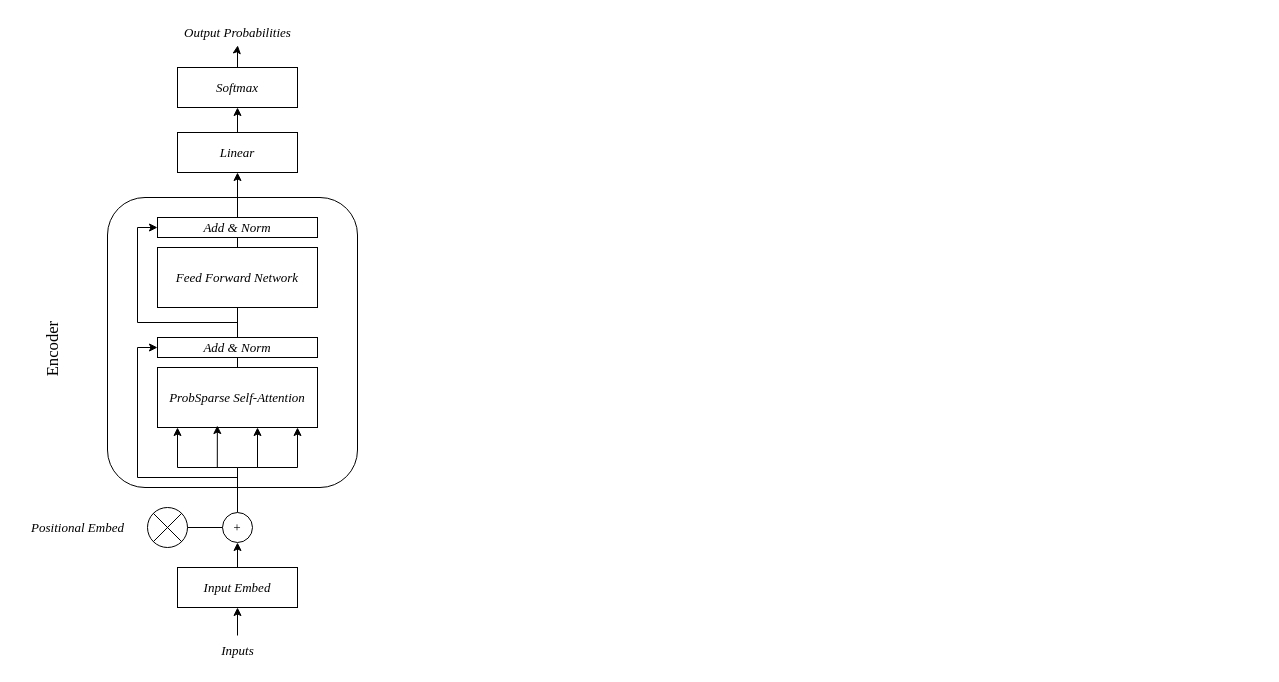
birrulwldain/skripsi-21 keeps this draw.io diagram as images/model.drawio. Above is the earlier version. Source tidied: cells renumbered, new cells numbered last; positions are measured from the earlier drawing's top-left corner, leaving out a move shared by most shapes. Both pictures are drawn from the tidied source at 100%, with x=0, y=0 at pixel (17, 17).
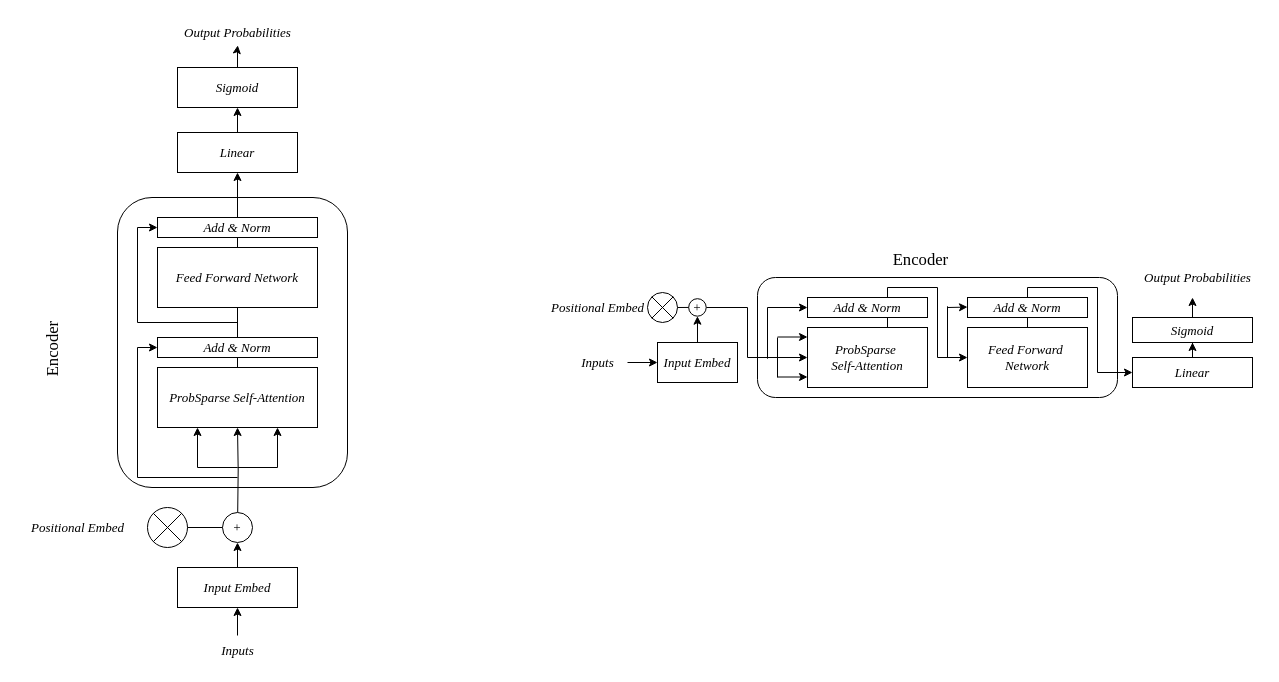
The same page after the edit.

Unchanged cells that the change refers to:
```xml
<mxCell id="7" value="ProbSparse Self-Attention" style="rounded=1;whiteSpace=wrap;html=1;arcSize=0;fontFamily=Times New Roman;fontSize=13;fontStyle=2;" parent="1" vertex="1">
  <mxGeometry x="140" y="350" width="160" height="60" as="geometry" />
</mxCell>
<mxCell id="9" value="&lt;font&gt;+&lt;/font&gt;" style="ellipse;whiteSpace=wrap;html=1;fontFamily=Times New Roman;fontSize=13;fontStyle=2;" parent="1" vertex="1">
  <mxGeometry x="205" y="495" width="30" height="30" as="geometry" />
</mxCell>
```

The edit, as a diff of the source:
```diff
@@
     <mxCell id="2" value="&lt;div&gt;&lt;br/&gt;&lt;/div&gt;" style="rounded=1;whiteSpace=wrap;html=1;fillColor=none;fontFamily=Times New Roman;fontSize=13;fontStyle=2;" parent="1" vertex="1">
-      <mxGeometry x="90" y="180" width="250" height="290" as="geometry" />
+      <mxGeometry x="100" y="180" width="230" height="290" as="geometry" />
     </mxCell>
@@
-    <mxCell id="8" style="edgeStyle=orthogonalEdgeStyle;rounded=0;jettySize=auto;html=1;entryX=0.374;entryY=0.967;entryDx=0;entryDy=0;entryPerimeter=0;fontStyle=2;" parent="1" edge="1" source="9" target="7">
+    <mxCell id="8" style="edgeStyle=orthogonalEdgeStyle;rounded=0;jettySize=auto;html=1;entryX=0.5;entryY=1;entryDx=0;entryDy=0;fontStyle=2;" parent="1" edge="1" target="7">
       <mxGeometry relative="1" as="geometry">
-        <Array as="points">
-          <mxPoint x="220" y="450" />
-          <mxPoint x="200" y="450" />
-        </Array>
+        <mxPoint x="220.2" y="495" as="sourcePoint" />
       </mxGeometry>
     </mxCell>
@@
     <mxCell id="18" style="edgeStyle=orthogonalEdgeStyle;rounded=0;orthogonalLoop=1;jettySize=auto;html=1;fontStyle=2;" parent="1" edge="1">
       <mxGeometry relative="1" as="geometry">
         <mxPoint x="220" y="450" as="sourcePoint" />
-        <mxPoint x="160" y="410" as="targetPoint" />
+        <mxPoint x="180" y="410" as="targetPoint" />
         <Array as="points">
-          <mxPoint x="220" y="450" />
-          <mxPoint x="160" y="450" />
+          <mxPoint x="180" y="450" />
+          <mxPoint x="180" y="410" />
         </Array>
       </mxGeometry>
     </mxCell>
     <mxCell id="19" style="edgeStyle=orthogonalEdgeStyle;rounded=0;orthogonalLoop=1;jettySize=auto;html=1;fontStyle=2;" parent="1" edge="1">
       <mxGeometry relative="1" as="geometry">
         <mxPoint x="220" y="450" as="sourcePoint" />
-        <mxPoint x="240" y="410" as="targetPoint" />
+        <mxPoint x="260" y="410" as="targetPoint" />
         <Array as="points">
-          <mxPoint x="220" y="450" />
-          <mxPoint x="240" y="450" />
+          <mxPoint x="260" y="450" />
+          <mxPoint x="260" y="410" />
         </Array>
       </mxGeometry>
     </mxCell>
@@
-    <mxCell id="24" value="&lt;span&gt;Softmax&lt;/span&gt;" style="rounded=0;whiteSpace=wrap;html=1;fontFamily=Times New Roman;fontSize=13;fontStyle=2;" parent="1" vertex="1">
+    <mxCell id="24" value="&lt;span&gt;Sigmoid&lt;/span&gt;" style="rounded=0;whiteSpace=wrap;html=1;fontFamily=Times New Roman;fontSize=13;fontStyle=2;" parent="1" vertex="1">
       <mxGeometry x="160" y="50" width="120" height="40" as="geometry" />
     </mxCell>
@@
-    <mxCell id="27" style="edgeStyle=orthogonalEdgeStyle;rounded=0;orthogonalLoop=1;jettySize=auto;html=1;entryX=0.643;entryY=0.793;entryDx=0;entryDy=0;entryPerimeter=0;fontStyle=2;" parent="1" edge="1">
-      <mxGeometry relative="1" as="geometry">
-        <mxPoint x="240" y="445" as="sourcePoint" />
-        <mxPoint x="280" y="410" as="targetPoint" />
-        <Array as="points">
-          <mxPoint x="240" y="450" />
-          <mxPoint x="280" y="450" />
-        </Array>
-      </mxGeometry>
-    </mxCell>
@@
+    <mxCell id="29" style="group;" parent="1" vertex="1">
+      <mxGeometry x="520" y="227" width="725" height="233" as="geometry" />
+    </mxCell>
+    <mxCell id="30" style="ellipse;whiteSpace=wrap;html=1;align=center;fillColor=none;strokeColor=none;perimeter=centerPerimeter;fontStyle=2;" parent="29" vertex="1">
+      <mxGeometry x="485" y="223" width="10" height="10" as="geometry" />
+    </mxCell>
+    <mxCell id="31" style="edgeStyle=orthogonalEdgeStyle;rounded=0;jettySize=auto;html=1;entryX=0.5;entryY=1;entryDx=0;entryDy=0;fontStyle=2;" parent="29" edge="1" source="32" target="37">
+      <mxGeometry relative="1" as="geometry" />
+    </mxCell>
+    <mxCell id="32" value="&lt;span&gt;Input Embed&lt;/span&gt;" style="rounded=0;whiteSpace=wrap;html=1;fontFamily=Times New Roman;fontSize=13;fontStyle=2;" parent="29" vertex="1">
+      <mxGeometry x="120" y="98" width="80" height="40" as="geometry" />
+    </mxCell>
+    <mxCell id="33" style="verticalLabelPosition=bottom;verticalAlign=top;html=1;shape=mxgraph.flowchart.or;fontFamily=Times New Roman;fontSize=13;fontStyle=2;" parent="29" vertex="1">
+      <mxGeometry x="110" y="48" width="30" height="30" as="geometry" />
+    </mxCell>
+    <mxCell id="34" style="edgeStyle=orthogonalEdgeStyle;rounded=0;jettySize=auto;html=1;entryX=0;entryY=0.5;entryDx=0;entryDy=0;" parent="29" edge="1" source="35" target="40">
+      <mxGeometry relative="1" as="geometry">
+        <Array as="points">
+          <mxPoint x="350" y="43" />
+          <mxPoint x="400" y="43" />
+          <mxPoint x="400" y="113" />
+        </Array>
+      </mxGeometry>
+    </mxCell>
+    <mxCell id="35" value="ProbSparse&amp;nbsp;&lt;div&gt;Self-Attention&lt;/div&gt;" style="rounded=1;whiteSpace=wrap;html=1;arcSize=0;fontFamily=Times New Roman;fontSize=13;fontStyle=2;" parent="29" vertex="1">
+      <mxGeometry x="270" y="83" width="120" height="60" as="geometry" />
+    </mxCell>
+    <mxCell id="36" style="edgeStyle=orthogonalEdgeStyle;rounded=0;jettySize=auto;html=1;entryX=0;entryY=0.5;entryDx=0;entryDy=0;" parent="29" edge="1" source="37" target="35">
+      <mxGeometry relative="1" as="geometry">
+        <Array as="points">
+          <mxPoint x="210" y="63" />
+          <mxPoint x="210" y="113" />
+        </Array>
+      </mxGeometry>
+    </mxCell>
+    <mxCell id="37" value="&lt;font&gt;+&lt;/font&gt;" style="ellipse;whiteSpace=wrap;html=1;fontFamily=Times New Roman;fontSize=13;fontStyle=2;" parent="29" vertex="1">
+      <mxGeometry x="151.2" y="54.2" width="17.5" height="17.5" as="geometry" />
+    </mxCell>
+    <mxCell id="38" value="&lt;span&gt;Add &amp;amp; Norm&lt;/span&gt;" style="rounded=1;whiteSpace=wrap;html=1;arcSize=0;fontFamily=Times New Roman;fontSize=13;fontStyle=2;" parent="29" vertex="1">
+      <mxGeometry x="270" y="53" width="120" height="20" as="geometry" />
+    </mxCell>
+    <mxCell id="39" style="edgeStyle=orthogonalEdgeStyle;rounded=0;jettySize=auto;html=1;entryX=0;entryY=0.5;entryDx=0;entryDy=0;" parent="29" edge="1" source="40" target="46">
+      <mxGeometry relative="1" as="geometry">
+        <Array as="points">
+          <mxPoint x="490" y="43" />
+          <mxPoint x="560" y="43" />
+          <mxPoint x="560" y="128" />
+        </Array>
+      </mxGeometry>
+    </mxCell>
+    <mxCell id="40" value="&lt;span&gt;Feed Forward&amp;nbsp;&lt;/span&gt;&lt;div&gt;&lt;span&gt;Network&lt;/span&gt;&lt;/div&gt;" style="rounded=1;whiteSpace=wrap;html=1;arcSize=0;fontFamily=Times New Roman;fontSize=13;fontStyle=2;" parent="29" vertex="1">
+      <mxGeometry x="430" y="83" width="120" height="60" as="geometry" />
+    </mxCell>
+    <mxCell id="41" value="&lt;span&gt;Positional Embed&lt;/span&gt;" style="text;html=1;align=center;verticalAlign=middle;strokeColor=none;fillColor=none;fontFamily=Times New Roman;fontSize=13;fontStyle=2;" parent="29" vertex="1">
+      <mxGeometry y="48" width="120" height="30" as="geometry" />
+    </mxCell>
+    <mxCell id="42" style="edgeStyle=orthogonalEdgeStyle;rounded=0;jettySize=auto;html=1;entryX=0;entryY=0.5;entryDx=0;entryDy=0;fontStyle=2;" parent="29" edge="1" source="43" target="32">
+      <mxGeometry relative="1" as="geometry">
+        <Array as="points">
+          <mxPoint x="70" y="118" />
+          <mxPoint x="70" y="118" />
+        </Array>
+      </mxGeometry>
+    </mxCell>
+    <mxCell id="43" value="&lt;span&gt;Inputs&lt;/span&gt;" style="text;html=1;align=center;verticalAlign=middle;points=[];strokeColor=none;fillColor=none;fontSize=13;fontFamily=Times New Roman;fontStyle=2;" parent="29" vertex="1">
+      <mxGeometry x="30" y="103" width="60" height="30" as="geometry" />
+    </mxCell>
+    <mxCell id="44" style="endArrow=none;html=1;rounded=0;exitX=1;exitY=0.5;exitDx=0;exitDy=0;exitPerimeter=0;entryX=0;entryY=0.5;entryDx=0;entryDy=0;fontStyle=2;" parent="29" edge="1" source="33" target="37">
+      <mxGeometry relative="1" as="geometry" />
+    </mxCell>
+    <mxCell id="45" style="edgeStyle=orthogonalEdgeStyle;rounded=0;jettySize=auto;html=1;entryX=0.5;entryY=1;entryDx=0;entryDy=0;fontStyle=2;" parent="29" edge="1" source="46" target="47">
+      <mxGeometry relative="1" as="geometry" />
+    </mxCell>
+    <mxCell id="46" value="&lt;span&gt;Linear&lt;/span&gt;" style="rounded=0;whiteSpace=wrap;html=1;fontFamily=Times New Roman;fontSize=13;fontStyle=2;" parent="29" vertex="1">
+      <mxGeometry x="595" y="113" width="120" height="30" as="geometry" />
+    </mxCell>
+    <mxCell id="47" value="&lt;span&gt;Sigmoid&lt;/span&gt;" style="rounded=0;whiteSpace=wrap;html=1;fontFamily=Times New Roman;fontSize=13;fontStyle=2;" parent="29" vertex="1">
+      <mxGeometry x="595" y="73" width="120" height="25" as="geometry" />
+    </mxCell>
+    <mxCell id="48" value="&lt;span&gt;Output Probabilities&lt;/span&gt;" style="text;html=1;align=center;verticalAlign=middle;strokeColor=none;fillColor=none;fontSize=13;fontFamily=Times New Roman;fontStyle=2;" parent="29" vertex="1">
+      <mxGeometry x="595" y="18" width="130" height="30" as="geometry" />
+    </mxCell>
+    <mxCell id="49" style="edgeStyle=orthogonalEdgeStyle;rounded=0;jettySize=auto;html=1;fontStyle=2;" parent="29" edge="1" source="47">
+      <mxGeometry relative="1" as="geometry">
+        <mxPoint x="655" y="53" as="targetPoint" />
+      </mxGeometry>
+    </mxCell>
+    <mxCell id="50" value="&lt;font style=&quot;font-size: 20px;&quot; face=&quot;Times New Roman&quot;&gt;&lt;sup&gt;Encoder&amp;nbsp;&lt;/sup&gt;&lt;/font&gt;" style="text;html=1;align=center;verticalAlign=middle;strokeColor=none;fillColor=none;rotation=0;" parent="29" vertex="1">
+      <mxGeometry x="345" width="80" height="40" as="geometry" />
+    </mxCell>
+    <mxCell id="51" style="endArrow=classic;html=1;rounded=0;" parent="29" edge="1">
+      <mxGeometry relative="1" as="geometry">
+        <mxPoint x="240" y="132.5" as="sourcePoint" />
+        <mxPoint x="270" y="132.5" as="targetPoint" />
+      </mxGeometry>
+    </mxCell>
+    <mxCell id="52" style="endArrow=classic;html=1;rounded=0;" parent="29" edge="1">
+      <mxGeometry relative="1" as="geometry">
+        <mxPoint x="240" y="92.5" as="sourcePoint" />
+        <mxPoint x="270" y="92.5" as="targetPoint" />
+      </mxGeometry>
+    </mxCell>
+    <mxCell id="53" style="endArrow=none;html=1;rounded=0;" parent="29" edge="1">
+      <mxGeometry relative="1" as="geometry">
+        <mxPoint x="240" y="93" as="sourcePoint" />
+        <mxPoint x="240" y="133" as="targetPoint" />
+      </mxGeometry>
+    </mxCell>
+    <mxCell id="54" style="rounded=1;whiteSpace=wrap;html=1;fillColor=none;" parent="29" vertex="1">
+      <mxGeometry x="220" y="33" width="360" height="120" as="geometry" />
+    </mxCell>
+    <mxCell id="55" style="endArrow=classic;html=1;rounded=0;" parent="29" edge="1">
+      <mxGeometry relative="1" as="geometry">
+        <mxPoint x="230" y="63" as="sourcePoint" />
+        <mxPoint x="270" y="63" as="targetPoint" />
+      </mxGeometry>
+    </mxCell>
+    <mxCell id="56" style="endArrow=none;html=1;rounded=0;" parent="29" edge="1">
+      <mxGeometry relative="1" as="geometry">
+        <mxPoint x="230" y="114.2" as="sourcePoint" />
+        <mxPoint x="230" y="63" as="targetPoint" />
+      </mxGeometry>
+    </mxCell>
+    <mxCell id="57" style="group;" parent="29" vertex="1">
+      <mxGeometry x="410" y="53" width="180" height="60" as="geometry" />
+    </mxCell>
+    <mxCell id="58" value="&lt;span&gt;Add &amp;amp; Norm&lt;/span&gt;" style="rounded=1;whiteSpace=wrap;html=1;arcSize=0;fontFamily=Times New Roman;fontSize=13;fontStyle=2;" parent="57" vertex="1">
+      <mxGeometry x="20" width="120" height="20" as="geometry" />
+    </mxCell>
+    <mxCell id="59" style="group;" parent="57" vertex="1">
+      <mxGeometry y="8.8" width="20" height="51.2" as="geometry" />
+    </mxCell>
+    <mxCell id="60" style="endArrow=classic;html=1;rounded=0;" parent="59" edge="1">
+      <mxGeometry relative="1" as="geometry">
+        <mxPoint y="1.2" as="sourcePoint" />
+        <mxPoint x="20" y="0.8" as="targetPoint" />
+      </mxGeometry>
+    </mxCell>
+    <mxCell id="61" style="endArrow=none;html=1;rounded=0;" parent="59" edge="1">
+      <mxGeometry relative="1" as="geometry">
+        <mxPoint y="51.2" as="sourcePoint" />
+        <mxPoint as="targetPoint" />
+      </mxGeometry>
+    </mxCell>
```
